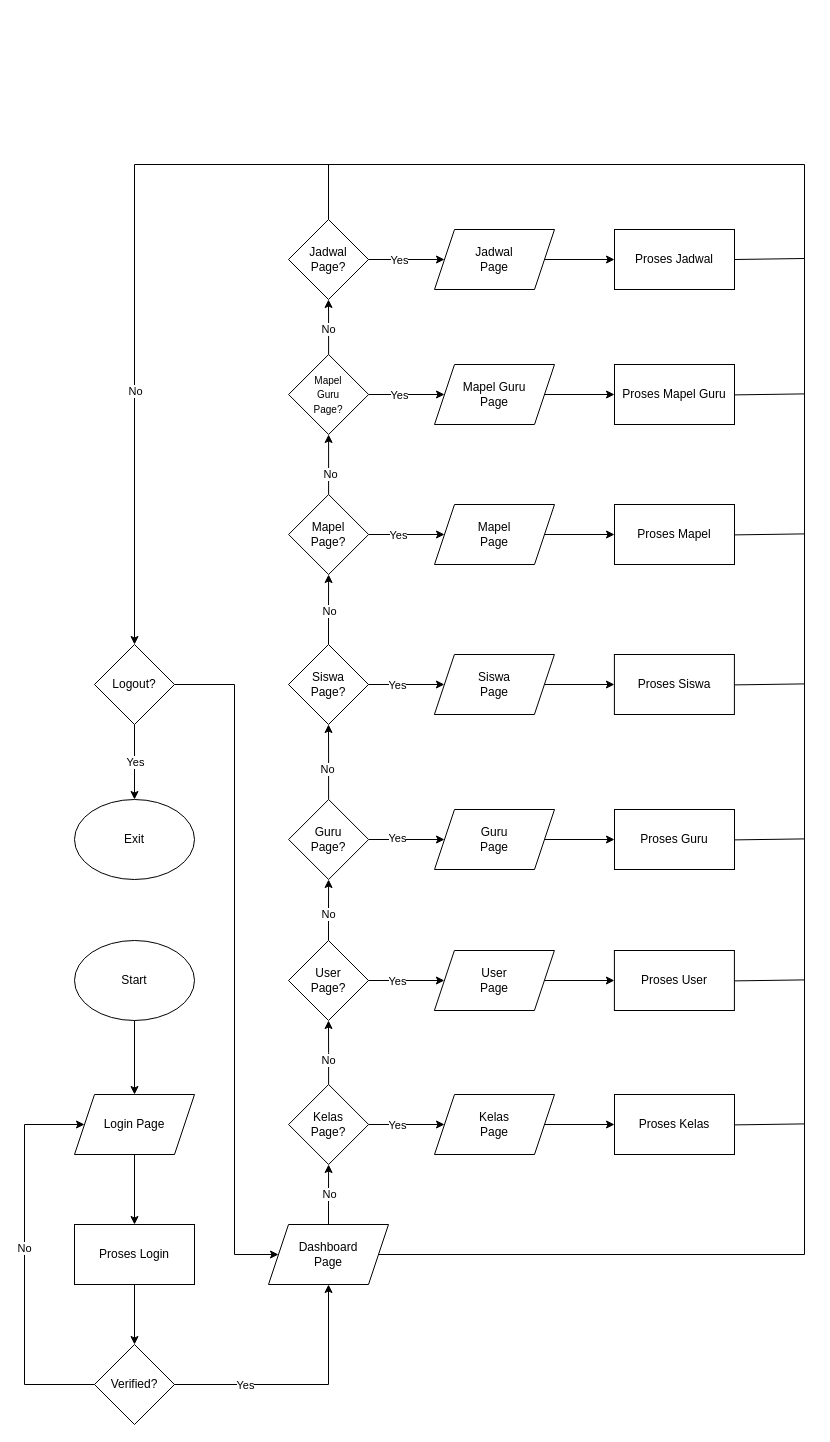
Before: Perancangan/flowchart_admin.drawio in SKARIGA-RPL-XII/project-kik-RadWork01, a draw.io diagram. Source tidied: cells renumbered, new cells numbered last; positions are measured from the earlier drawing's top-left corner, leaving out a move shared by most shapes. Both pictures are drawn from the tidied source at 100%, with x=0, y=0 at pixel (24, 164).
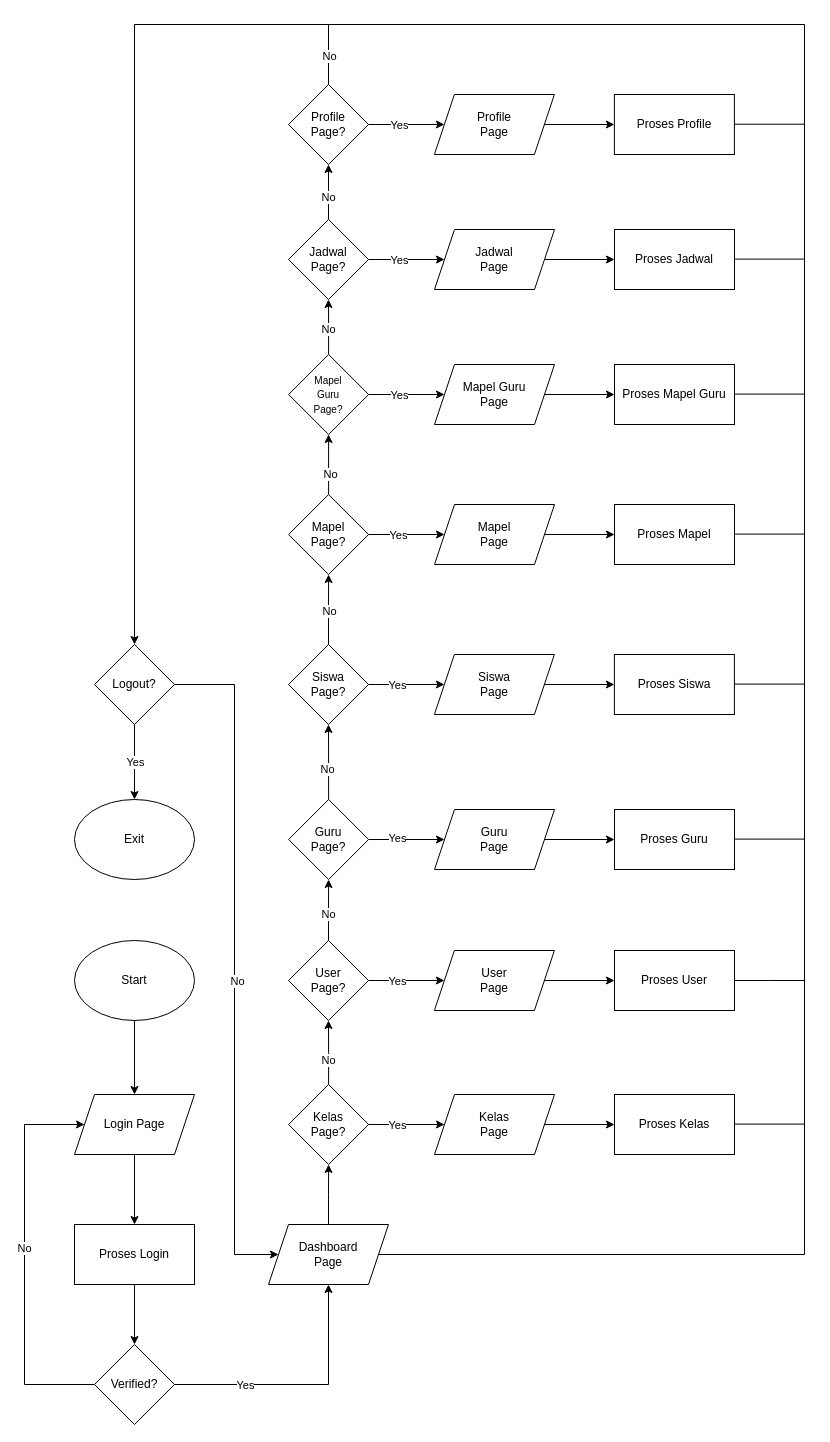
Above is the later version.

Unchanged cells that the change refers to:
```xml
<mxCell id="15" value="Jadwal&lt;br&gt;&lt;div&gt;&lt;div&gt;&lt;div&gt;Page?&lt;/div&gt;&lt;/div&gt;&lt;/div&gt;" style="rhombus;whiteSpace=wrap;html=1;" parent="1" vertex="1">
  <mxGeometry x="264" y="55" width="80" height="80" as="geometry" />
</mxCell>
<mxCell id="48" value="Proses Jadwal" style="rounded=0;whiteSpace=wrap;html=1;" parent="1" vertex="1">
  <mxGeometry x="590" y="65" width="120" height="60" as="geometry" />
</mxCell>
<mxCell id="76" style="edgeStyle=orthogonalEdgeStyle;rounded=0;jettySize=auto;html=1;entryX=0.5;entryY=1;entryDx=0;entryDy=0;" parent="1" edge="1" source="78" target="45">
  <mxGeometry relative="1" as="geometry" />
</mxCell>
<mxCell id="82" style="edgeStyle=orthogonalEdgeStyle;rounded=0;jettySize=auto;html=1;entryX=0;entryY=0.5;entryDx=0;entryDy=0;" parent="1" edge="1" source="83" target="78">
  <mxGeometry relative="1" as="geometry">
    <Array as="points">
      <mxPoint x="210" y="520" />
      <mxPoint x="210" y="1090" />
    </Array>
  </mxGeometry>
</mxCell>
<mxCell id="83" value="Logout?" style="rhombus;whiteSpace=wrap;html=1;" parent="1" vertex="1">
  <mxGeometry x="70" y="480" width="80" height="80" as="geometry" />
</mxCell>
```

Change to the diagram source:
```diff
@@
+    <mxCell id="85" style="edgeStyle=orthogonalEdgeStyle;rounded=0;jettySize=auto;html=1;entryX=0.5;entryY=1;entryDx=0;entryDy=0;" parent="1" edge="1" source="15" target="97">
+      <mxGeometry relative="1" as="geometry" />
+    </mxCell>
+    <mxCell id="86" value="No" style="edgeLabel;html=1;align=center;verticalAlign=middle;" parent="85" vertex="1">
+      <mxGeometry x="-0.16" y="1" relative="1" as="geometry" />
+    </mxCell>
@@
     <mxCell id="63" value="Proses User" style="rounded=0;whiteSpace=wrap;html=1;" parent="1" vertex="1">
-      <mxGeometry x="589.9" y="786" width="120" height="60" as="geometry" />
+      <mxGeometry x="590" y="786" width="120" height="60" as="geometry" />
     </mxCell>
@@
     <mxCell id="67" style="edgeStyle=orthogonalEdgeStyle;rounded=0;jettySize=auto;html=1;entryX=0.5;entryY=0;entryDx=0;entryDy=0;" parent="1" edge="1" target="83">
       <mxGeometry relative="1" as="geometry">
         <mxPoint x="344" y="1090" as="sourcePoint" />
         <Array as="points">
           <mxPoint x="780" y="1090" />
-          <mxPoint x="780" />
-          <mxPoint x="110" />
+          <mxPoint x="780" y="-140" />
+          <mxPoint x="110" y="-140" />
         </Array>
       </mxGeometry>
     </mxCell>
-    <mxCell id="68" value="No" style="edgeLabel;html=1;align=center;verticalAlign=middle;" parent="67" vertex="1">
-      <mxGeometry x="0.81" relative="1" as="geometry" />
-    </mxCell>
-    <mxCell id="69" style="endArrow=none;html=1;rounded=0;exitX=1;exitY=0.5;exitDx=0;exitDy=0;" parent="1" edge="1" source="48">
-      <mxGeometry relative="1" as="geometry">
-        <mxPoint x="780" y="94" as="targetPoint" />
-      </mxGeometry>
-    </mxCell>
-    <mxCell id="70" style="endArrow=none;html=1;rounded=0;exitX=1;exitY=0.5;exitDx=0;exitDy=0;" parent="1" edge="1">
-      <mxGeometry relative="1" as="geometry">
-        <mxPoint x="710" y="230.4" as="sourcePoint" />
-        <mxPoint x="780" y="229.4" as="targetPoint" />
-      </mxGeometry>
-    </mxCell>
-    <mxCell id="71" style="endArrow=none;html=1;rounded=0;exitX=1;exitY=0.5;exitDx=0;exitDy=0;" parent="1" edge="1">
-      <mxGeometry relative="1" as="geometry">
-        <mxPoint x="710" y="370.4" as="sourcePoint" />
-        <mxPoint x="780" y="369.4" as="targetPoint" />
-      </mxGeometry>
-    </mxCell>
-    <mxCell id="72" style="endArrow=none;html=1;rounded=0;exitX=1;exitY=0.5;exitDx=0;exitDy=0;" parent="1" edge="1">
-      <mxGeometry relative="1" as="geometry">
-        <mxPoint x="709.9" y="520.4" as="sourcePoint" />
-        <mxPoint x="779.9" y="519.4" as="targetPoint" />
-      </mxGeometry>
-    </mxCell>
-    <mxCell id="73" style="endArrow=none;html=1;rounded=0;exitX=1;exitY=0.5;exitDx=0;exitDy=0;" parent="1" edge="1">
-      <mxGeometry relative="1" as="geometry">
-        <mxPoint x="710" y="675.4" as="sourcePoint" />
-        <mxPoint x="780" y="674.4" as="targetPoint" />
-      </mxGeometry>
-    </mxCell>
-    <mxCell id="74" style="endArrow=none;html=1;rounded=0;exitX=1;exitY=0.5;exitDx=0;exitDy=0;" parent="1" edge="1">
-      <mxGeometry relative="1" as="geometry">
-        <mxPoint x="709.9" y="816.4" as="sourcePoint" />
-        <mxPoint x="779.9" y="815.4" as="targetPoint" />
-      </mxGeometry>
-    </mxCell>
-    <mxCell id="75" style="endArrow=none;html=1;rounded=0;exitX=1;exitY=0.5;exitDx=0;exitDy=0;" parent="1" edge="1">
-      <mxGeometry relative="1" as="geometry">
-        <mxPoint x="710" y="960.4" as="sourcePoint" />
-        <mxPoint x="780" y="959.4" as="targetPoint" />
-      </mxGeometry>
-    </mxCell>
@@
-    <mxCell id="77" value="No" style="edgeLabel;html=1;align=center;verticalAlign=middle;" parent="76" vertex="1">
-      <mxGeometry y="5" relative="1" as="geometry">
-        <mxPoint x="5" y="-1" as="offset" />
-      </mxGeometry>
-    </mxCell>
@@
+    <mxCell id="87" value="No" style="edgeLabel;html=1;align=center;verticalAlign=middle;" parent="82" vertex="1">
+      <mxGeometry x="0.06" y="2" relative="1" as="geometry">
+        <mxPoint y="-1" as="offset" />
+      </mxGeometry>
+    </mxCell>
@@
-    <mxCell id="84" style="endArrow=none;html=1;rounded=0;exitX=0.5;exitY=0;exitDx=0;exitDy=0;" parent="1" edge="1" source="15">
-      <mxGeometry relative="1" as="geometry">
-        <mxPoint x="304" as="targetPoint" />
-      </mxGeometry>
-    </mxCell>
+    <mxCell id="88" style="endArrow=none;html=1;rounded=0;exitX=1;exitY=0.5;exitDx=0;exitDy=0;edgeStyle=orthogonalEdgeStyle;" parent="1" edge="1" source="63">
+      <mxGeometry relative="1" as="geometry">
+        <mxPoint x="780" y="816" as="targetPoint" />
+      </mxGeometry>
+    </mxCell>
+    <mxCell id="89" style="endArrow=none;html=1;rounded=0;exitX=1;exitY=0.5;exitDx=0;exitDy=0;edgeStyle=orthogonalEdgeStyle;" parent="1" edge="1">
+      <mxGeometry relative="1" as="geometry">
+        <mxPoint x="709.9" y="959.6" as="sourcePoint" />
+        <mxPoint x="779.9" y="959.6" as="targetPoint" />
+      </mxGeometry>
+    </mxCell>
+    <mxCell id="90" style="endArrow=none;html=1;rounded=0;exitX=1;exitY=0.5;exitDx=0;exitDy=0;edgeStyle=orthogonalEdgeStyle;" parent="1" edge="1">
+      <mxGeometry relative="1" as="geometry">
+        <mxPoint x="710" y="674.6" as="sourcePoint" />
+        <mxPoint x="780" y="674.6" as="targetPoint" />
+      </mxGeometry>
+    </mxCell>
+    <mxCell id="91" style="endArrow=none;html=1;rounded=0;exitX=1;exitY=0.5;exitDx=0;exitDy=0;edgeStyle=orthogonalEdgeStyle;" parent="1" edge="1">
+      <mxGeometry relative="1" as="geometry">
+        <mxPoint x="710" y="519.6" as="sourcePoint" />
+        <mxPoint x="780" y="519.6" as="targetPoint" />
+      </mxGeometry>
+    </mxCell>
+    <mxCell id="92" style="endArrow=none;html=1;rounded=0;exitX=1;exitY=0.5;exitDx=0;exitDy=0;edgeStyle=orthogonalEdgeStyle;" parent="1" edge="1">
+      <mxGeometry relative="1" as="geometry">
+        <mxPoint x="710" y="369.6" as="sourcePoint" />
+        <mxPoint x="780" y="369.6" as="targetPoint" />
+      </mxGeometry>
+    </mxCell>
+    <mxCell id="93" style="endArrow=none;html=1;rounded=0;exitX=1;exitY=0.5;exitDx=0;exitDy=0;edgeStyle=orthogonalEdgeStyle;" parent="1" edge="1">
+      <mxGeometry relative="1" as="geometry">
+        <mxPoint x="710" y="229.6" as="sourcePoint" />
+        <mxPoint x="780" y="229.6" as="targetPoint" />
+      </mxGeometry>
+    </mxCell>
+    <mxCell id="94" style="endArrow=none;html=1;rounded=0;exitX=1;exitY=0.5;exitDx=0;exitDy=0;edgeStyle=orthogonalEdgeStyle;" parent="1" edge="1">
+      <mxGeometry relative="1" as="geometry">
+        <mxPoint x="710" y="94.6" as="sourcePoint" />
+        <mxPoint x="780" y="94.6" as="targetPoint" />
+      </mxGeometry>
+    </mxCell>
+    <mxCell id="95" style="edgeStyle=orthogonalEdgeStyle;rounded=0;jettySize=auto;html=1;entryX=0;entryY=0.5;entryDx=0;entryDy=0;" parent="1" edge="1" source="97" target="99">
+      <mxGeometry relative="1" as="geometry" />
+    </mxCell>
+    <mxCell id="96" value="Yes" style="edgeLabel;html=1;align=center;verticalAlign=middle;" parent="95" vertex="1">
+      <mxGeometry x="-0.21" relative="1" as="geometry" />
+    </mxCell>
+    <mxCell id="97" value="Profile&lt;br&gt;&lt;div&gt;&lt;div&gt;&lt;div&gt;Page?&lt;/div&gt;&lt;/div&gt;&lt;/div&gt;" style="rhombus;whiteSpace=wrap;html=1;" parent="1" vertex="1">
+      <mxGeometry x="264" y="-80" width="80" height="80" as="geometry" />
+    </mxCell>
+    <mxCell id="98" style="edgeStyle=orthogonalEdgeStyle;rounded=0;jettySize=auto;html=1;" parent="1" edge="1" source="99" target="100">
+      <mxGeometry relative="1" as="geometry" />
+    </mxCell>
+    <mxCell id="99" value="Profile&lt;br&gt;&lt;div&gt;Page&lt;/div&gt;" style="shape=parallelogram;perimeter=parallelogramPerimeter;whiteSpace=wrap;html=1;fixedSize=1;" parent="1" vertex="1">
+      <mxGeometry x="409.9" y="-70" width="120" height="60" as="geometry" />
+    </mxCell>
+    <mxCell id="100" value="Proses Profile" style="rounded=0;whiteSpace=wrap;html=1;" parent="1" vertex="1">
+      <mxGeometry x="589.9" y="-70" width="120" height="60" as="geometry" />
+    </mxCell>
+    <mxCell id="101" style="endArrow=none;html=1;rounded=0;exitX=1;exitY=0.5;exitDx=0;exitDy=0;edgeStyle=orthogonalEdgeStyle;" parent="1" edge="1">
+      <mxGeometry relative="1" as="geometry">
+        <mxPoint x="710" y="-40.3" as="sourcePoint" />
+        <mxPoint x="780" y="-40.3" as="targetPoint" />
+      </mxGeometry>
+    </mxCell>
+    <mxCell id="102" style="endArrow=none;html=1;rounded=0;exitX=0.5;exitY=0;exitDx=0;exitDy=0;" parent="1" edge="1" source="97">
+      <mxGeometry relative="1" as="geometry">
+        <mxPoint x="304" y="-140" as="targetPoint" />
+      </mxGeometry>
+    </mxCell>
+    <mxCell id="103" value="No" style="edgeLabel;html=1;align=center;verticalAlign=middle;" parent="102" vertex="1">
+      <mxGeometry x="0.01" relative="1" as="geometry">
+        <mxPoint y="1" as="offset" />
+      </mxGeometry>
+    </mxCell>
```
